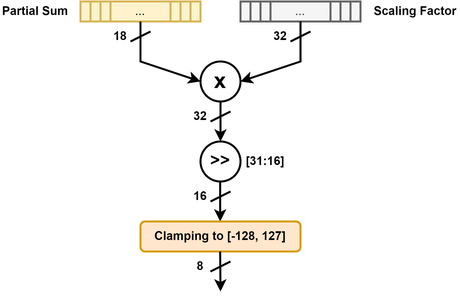
The draw.io diagram 99_images/lenet_engine_requantization_logic.drawio.png in enochliang/verilog_quantized_LeNet_accelerator, before a commit. Source tidied: cells renumbered, new cells last; positions are measured from the earlier drawing's top-left corner, leaving out a move shared by most shapes.
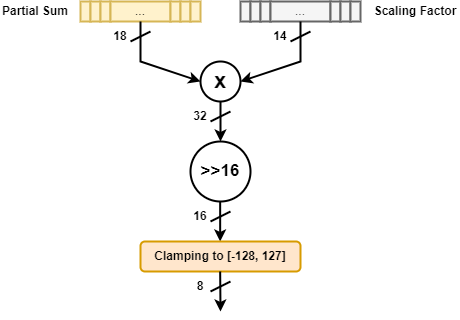
Later version of the same file.

What changed in the source:
```diff
@@ -87,7 +87,7 @@
     <mxCell id="24" value="18" style="text;html=1;align=center;verticalAlign=middle;whiteSpace=wrap;rounded=0;fontStyle=1;" parent="1" vertex="1">
       <mxGeometry x="110" y="30" width="20" height="10" as="geometry" />
     </mxCell>
-    <mxCell id="25" value="32" style="text;html=1;align=center;verticalAlign=middle;whiteSpace=wrap;rounded=0;fontStyle=1;" parent="1" vertex="1">
+    <mxCell id="25" value="14" style="text;html=1;align=center;verticalAlign=middle;whiteSpace=wrap;rounded=0;fontStyle=1;" parent="1" vertex="1">
       <mxGeometry x="270" y="30" width="20" height="10" as="geometry" />
     </mxCell>
     <mxCell id="26" style="endArrow=none;html=1;rounded=0;strokeWidth=2;" parent="1" edge="1">
@@ -99,44 +99,41 @@
     <mxCell id="27" value="32" style="text;html=1;align=center;verticalAlign=middle;whiteSpace=wrap;rounded=0;fontStyle=1;" parent="1" vertex="1">
       <mxGeometry x="190" y="110" width="20" height="10" as="geometry" />
     </mxCell>
-    <mxCell id="28" value="&lt;b style=&quot;&quot;&gt;&lt;font style=&quot;font-size: 17px;&quot;&gt;&amp;gt;&amp;gt;&lt;/font&gt;&lt;/b&gt;" style="ellipse;whiteSpace=wrap;html=1;strokeWidth=2;" parent="1" vertex="1">
-      <mxGeometry x="200" y="140" width="40" height="40" as="geometry" />
+    <mxCell id="28" value="&lt;b style=&quot;&quot;&gt;&lt;font style=&quot;font-size: 17px;&quot;&gt;&amp;gt;&amp;gt;16&lt;/font&gt;&lt;/b&gt;" style="ellipse;whiteSpace=wrap;html=1;strokeWidth=2;" parent="1" vertex="1">
+      <mxGeometry x="190" y="140" width="60" height="60" as="geometry" />
     </mxCell>
     <mxCell id="29" style="endArrow=classic;html=1;rounded=0;exitX=0.5;exitY=1;exitDx=0;exitDy=0;strokeWidth=2;" parent="1" edge="1">
       <mxGeometry relative="1" as="geometry">
-        <mxPoint x="219.7" y="180" as="sourcePoint" />
-        <mxPoint x="219.7" y="220" as="targetPoint" />
+        <mxPoint x="219.7" y="200" as="sourcePoint" />
+        <mxPoint x="219.7" y="240" as="targetPoint" />
       </mxGeometry>
     </mxCell>
     <mxCell id="30" style="endArrow=none;html=1;rounded=0;strokeWidth=2;" parent="1" edge="1">
       <mxGeometry relative="1" as="geometry">
-        <mxPoint x="210" y="200" as="sourcePoint" />
-        <mxPoint x="230" y="190" as="targetPoint" />
+        <mxPoint x="210" y="220" as="sourcePoint" />
+        <mxPoint x="230" y="210" as="targetPoint" />
       </mxGeometry>
     </mxCell>
     <mxCell id="31" value="16" style="text;html=1;align=center;verticalAlign=middle;whiteSpace=wrap;rounded=0;fontStyle=1;" parent="1" vertex="1">
-      <mxGeometry x="190" y="190" width="20" height="10" as="geometry" />
+      <mxGeometry x="190" y="210" width="20" height="10" as="geometry" />
     </mxCell>
     <mxCell id="32" value="&lt;b&gt;Clamping to [-128, 127]&lt;/b&gt;" style="rounded=1;whiteSpace=wrap;html=1;strokeWidth=2;fillColor=#ffe6cc;strokeColor=#d79b00;" parent="1" vertex="1">
-      <mxGeometry x="140" y="220" width="160" height="30" as="geometry" />
+      <mxGeometry x="140" y="240" width="160" height="30" as="geometry" />
     </mxCell>
     <mxCell id="33" style="endArrow=classic;html=1;rounded=0;exitX=0.5;exitY=1;exitDx=0;exitDy=0;strokeWidth=2;" parent="1" edge="1">
       <mxGeometry relative="1" as="geometry">
-        <mxPoint x="219.7" y="250" as="sourcePoint" />
-        <mxPoint x="220" y="290" as="targetPoint" />
+        <mxPoint x="219.7" y="270" as="sourcePoint" />
+        <mxPoint x="220" y="310" as="targetPoint" />
       </mxGeometry>
     </mxCell>
     <mxCell id="34" style="endArrow=none;html=1;rounded=0;strokeWidth=2;" parent="1" edge="1">
       <mxGeometry relative="1" as="geometry">
-        <mxPoint x="210" y="270" as="sourcePoint" />
-        <mxPoint x="230" y="260" as="targetPoint" />
+        <mxPoint x="210" y="290" as="sourcePoint" />
+        <mxPoint x="230" y="280" as="targetPoint" />
       </mxGeometry>
     </mxCell>
     <mxCell id="35" value="8" style="text;html=1;align=center;verticalAlign=middle;whiteSpace=wrap;rounded=0;fontStyle=1;" parent="1" vertex="1">
-      <mxGeometry x="190" y="260" width="20" height="10" as="geometry" />
+      <mxGeometry x="190" y="280" width="20" height="10" as="geometry" />
     </mxCell>
-    <mxCell id="36" value="&lt;b&gt;[31:16]&lt;/b&gt;" style="text;html=1;align=center;verticalAlign=middle;whiteSpace=wrap;rounded=0;" parent="1" vertex="1">
-      <mxGeometry x="240" y="150" width="50" height="20" as="geometry" />
-    </mxCell>
   </root>
 </mxGraphModel>
```
